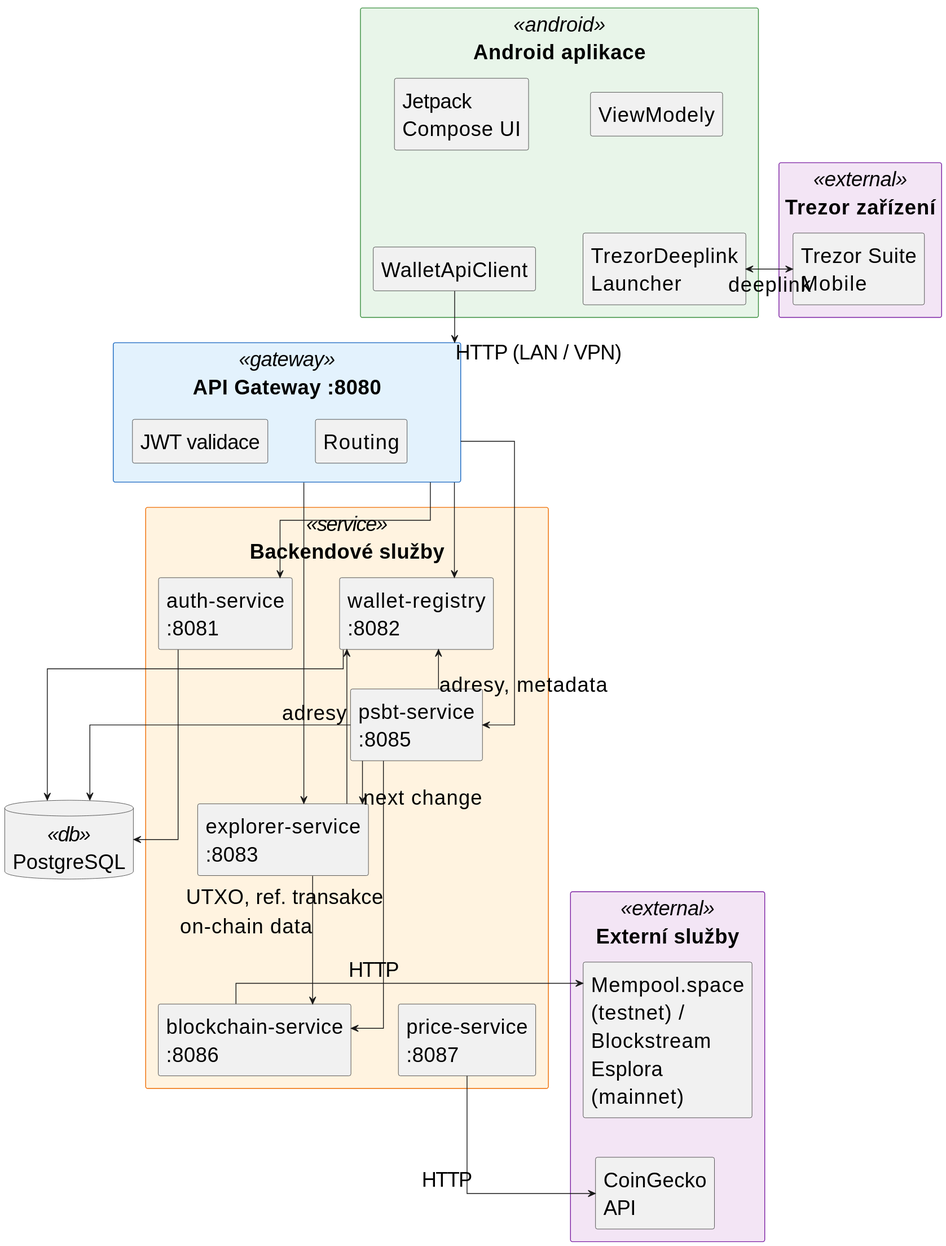
The PlantUML diagram DOCS/thesis/img/architektura.svg in Majny/bitcoin-multisig-wallet, before a commit.
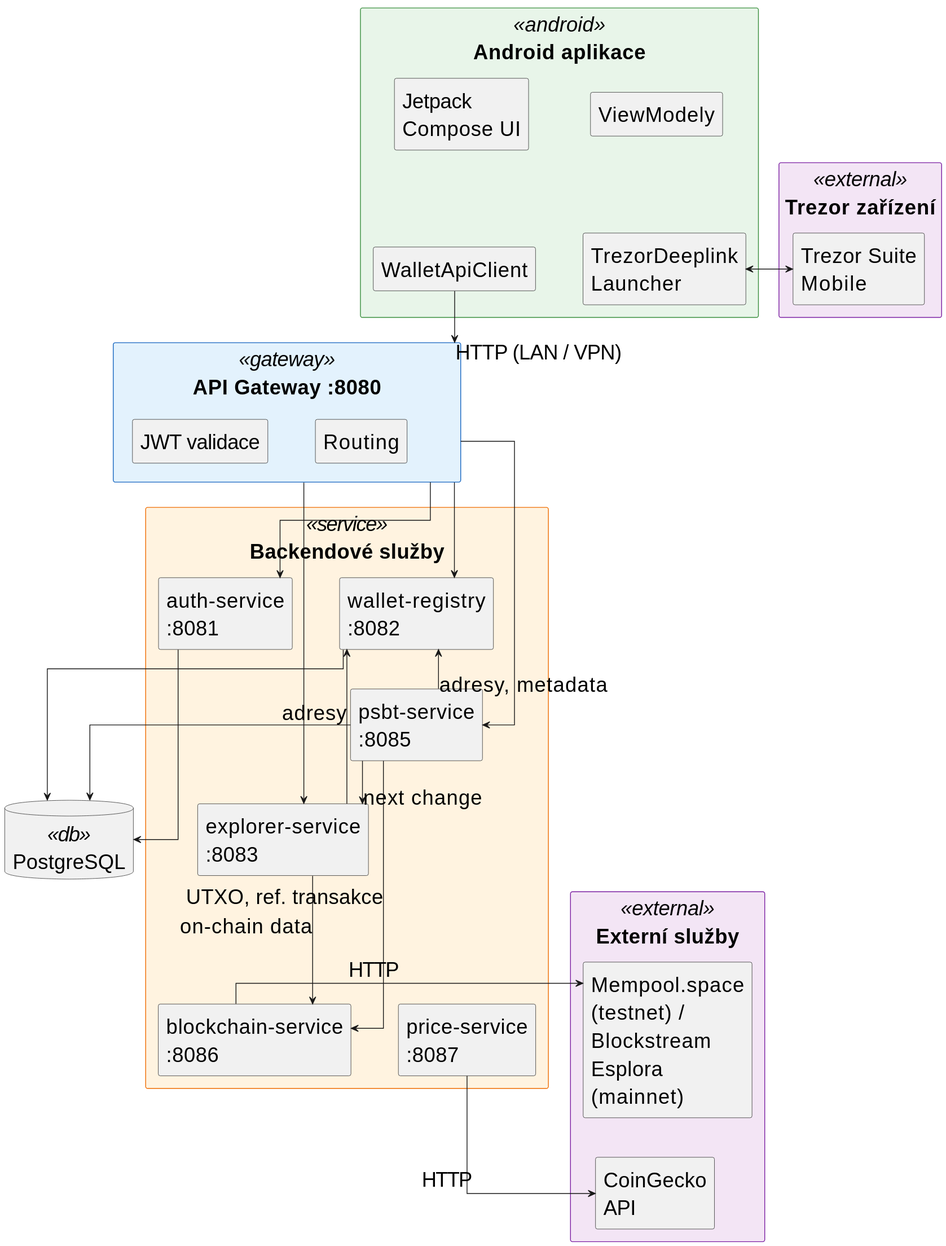
After the change.

Diff of the diagram source:
```diff
@@ -65,7 +65,7 @@
 database "PostgreSQL" <<db>> as db
 
 api_client -down-> gw : HTTP (LAN / VPN)
-trezor_launcher <-right-> trezor : deeplink
+trezor_launcher <-right-> trezor
 
 gw -down-> auth
 gw -down-> registry
```
